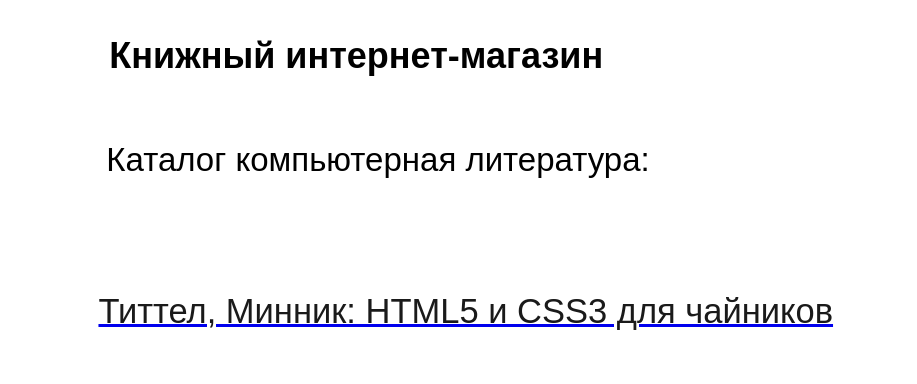
This is page "it_books" (1 of 2) of Учебный книжный интернет магазин.drawio from paparomaru/Diagrams, a draw.io file, before an edit. Source tidied: cells renumbered, new cells numbered last; positions are measured from the earlier drawing's top-left corner, leaving out a move shared by most shapes. Both pictures are drawn from the tidied source at 150%, with x=0, y=0 at pixel (26, 26).
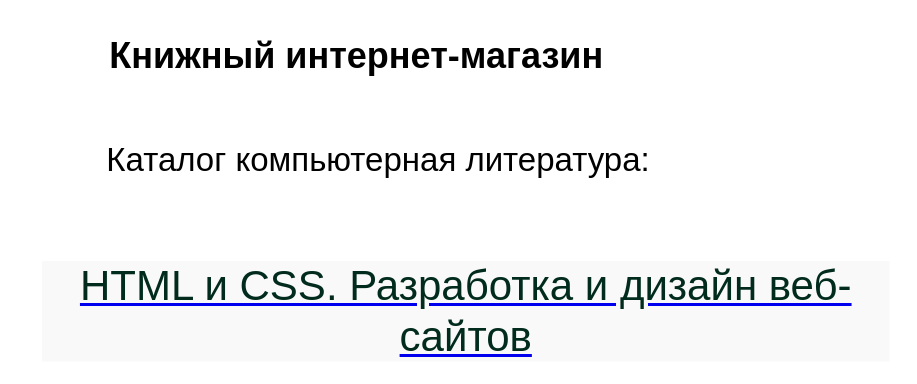
After the change.

The edit, as a diff of the source:
```diff
@@
 <mxGraphModel background="#ffffff">
   <root>
     <mxCell id="0" />
     <mxCell id="1" parent="0" />
     <mxCell id="2" value="Книжный интернет-магазин" style="text;strokeColor=none;fillColor=none;html=1;fontSize=24;fontStyle=1;verticalAlign=middle;align=center;" parent="1" vertex="1">
       <mxGeometry x="170" width="100" height="40" as="geometry" />
     </mxCell>
     <mxCell id="3" value="Каталог компьютерная литература:" style="text;html=1;strokeColor=none;fillColor=none;align=center;verticalAlign=middle;whiteSpace=wrap;rounded=0;fontSize=22;" parent="1" vertex="1">
       <mxGeometry y="60" width="470" height="60" as="geometry" />
     </mxCell>
-    <mxCell id="4" value="&lt;span style=&quot;color: rgb(26 , 26 , 26) ; font-family: &amp;#34;arial&amp;#34; , &amp;#34;helvetica&amp;#34; , sans-serif ; font-size: 23px ; background-color: rgb(255 , 255 , 255)&quot;&gt;Титтел, Минник: HTML5 и CSS3 для чайников&lt;/span&gt;" style="text;html=1;strokeColor=none;fillColor=none;whiteSpace=wrap;align=center;verticalAlign=middle;fontColor=#0000EE;fontStyle=4;fontSize=20;" parent="1" vertex="1">
+    <mxCell id="4" value="&lt;h1 itemprop=&quot;name&quot; class=&quot;title h1&quot; style=&quot;box-sizing: border-box ; font-size: 28px ; font-family: &amp;#34;warnock&amp;#34; ; color: rgb(0 , 43 , 29) ; margin: 0px ; padding: 0px ; font-weight: normal ; background-color: rgb(249 , 249 , 249)&quot;&gt;HTML и CSS. Разработка и дизайн веб-сайтов&lt;/h1&gt;" style="text;html=1;strokeColor=none;fillColor=none;whiteSpace=wrap;align=center;verticalAlign=middle;fontColor=#0000EE;fontStyle=4;fontSize=20;" parent="1" vertex="1">
       <mxGeometry x="10" y="170" width="567" height="40" as="geometry" />
     </mxCell>
   </root>
 </mxGraphModel>
```
